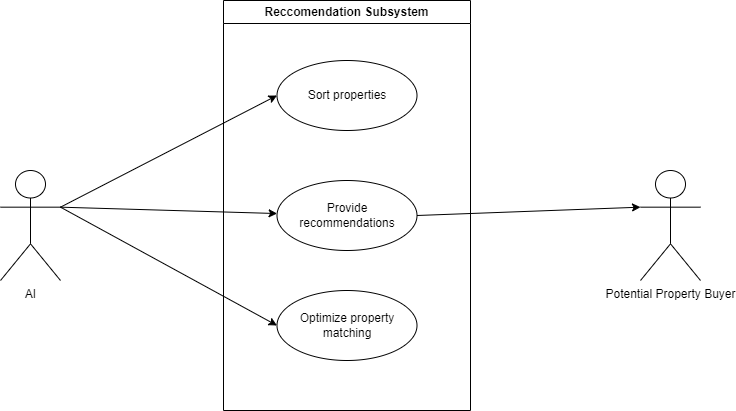
The draw.io diagram diagrams/use-case diagrams/exports/recommendation-usecase.png in COS301-SE-2023/EstateMatch, before a commit. Source tidied: cells renumbered, new cells last; positions are measured from the earlier drawing's top-left corner, leaving out a move shared by most shapes.
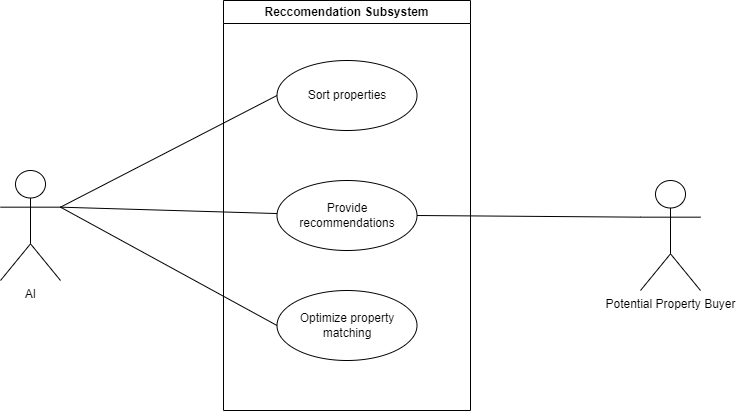
After the change.

Commit message:
📝 (diagrams) Updated usecase exports

Change to the diagram source:
```diff
@@ -14,22 +14,22 @@
     <mxCell id="5" value="Optimize property matching" style="ellipse;whiteSpace=wrap;html=1;" parent="2" vertex="1">
       <mxGeometry x="53.5" y="290" width="140" height="70" as="geometry" />
     </mxCell>
-    <mxCell id="6" style="edgeStyle=none;html=1;exitX=1;exitY=0.3333333333333333;exitDx=0;exitDy=0;exitPerimeter=0;" parent="1" edge="1" source="9" target="4">
+    <mxCell id="6" style="edgeStyle=none;html=1;exitX=1;exitY=0.3333333333333333;exitDx=0;exitDy=0;exitPerimeter=0;endArrow=none;endFill=0;" parent="1" edge="1" source="9" target="4">
       <mxGeometry relative="1" as="geometry" />
     </mxCell>
-    <mxCell id="7" style="edgeStyle=none;html=1;exitX=1;exitY=0.3333333333333333;exitDx=0;exitDy=0;exitPerimeter=0;entryX=0;entryY=0.5;entryDx=0;entryDy=0;" parent="1" edge="1" source="9" target="3">
+    <mxCell id="7" style="edgeStyle=none;html=1;exitX=1;exitY=0.3333333333333333;exitDx=0;exitDy=0;exitPerimeter=0;entryX=0;entryY=0.5;entryDx=0;entryDy=0;endArrow=none;endFill=0;" parent="1" edge="1" source="9" target="3">
       <mxGeometry relative="1" as="geometry" />
     </mxCell>
-    <mxCell id="8" style="edgeStyle=none;html=1;exitX=1;exitY=0.3333333333333333;exitDx=0;exitDy=0;exitPerimeter=0;entryX=0;entryY=0.5;entryDx=0;entryDy=0;" parent="1" edge="1" source="9" target="5">
+    <mxCell id="8" style="edgeStyle=none;html=1;exitX=1;exitY=0.3333333333333333;exitDx=0;exitDy=0;exitPerimeter=0;entryX=0;entryY=0.5;entryDx=0;entryDy=0;endArrow=none;endFill=0;" parent="1" edge="1" source="9" target="5">
       <mxGeometry relative="1" as="geometry" />
     </mxCell>
     <mxCell id="9" value="AI" style="shape=umlActor;verticalLabelPosition=bottom;verticalAlign=top;html=1;" parent="1" vertex="1">
       <mxGeometry y="170" width="60" height="110" as="geometry" />
     </mxCell>
     <mxCell id="10" value="Potential Property Buyer" style="shape=umlActor;verticalLabelPosition=bottom;verticalAlign=top;html=1;" parent="1" vertex="1">
-      <mxGeometry x="640" y="170" width="60" height="110" as="geometry" />
+      <mxGeometry x="640" y="180" width="60" height="110" as="geometry" />
     </mxCell>
-    <mxCell id="11" style="edgeStyle=none;html=1;exitX=1;exitY=0.5;exitDx=0;exitDy=0;entryX=0;entryY=0.3333333333333333;entryDx=0;entryDy=0;entryPerimeter=0;" parent="1" edge="1" source="4" target="10">
+    <mxCell id="11" style="edgeStyle=none;html=1;exitX=1;exitY=0.5;exitDx=0;exitDy=0;entryX=0;entryY=0.3333333333333333;entryDx=0;entryDy=0;entryPerimeter=0;endArrow=none;endFill=0;" parent="1" edge="1" source="4" target="10">
       <mxGeometry relative="1" as="geometry" />
     </mxCell>
   </root>
```
